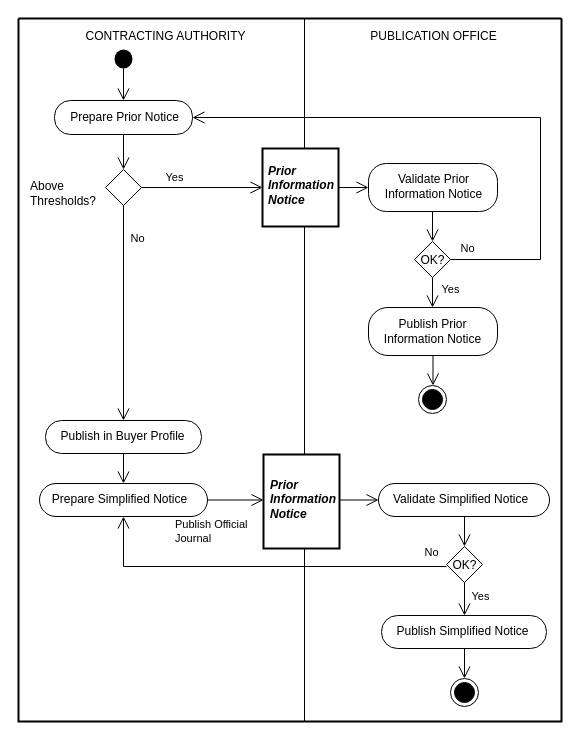
Earlier version of the draw.io diagram diagrams/UBL-2.2-Tender-ContractInfoPrep/UBL-2.2-Tender-ContractInfoPrep.drawio (kduvekot/ubl-work-on-svg-images). Source tidied: cells renumbered, new cells numbered last; positions are measured from the earlier drawing's top-left corner, leaving out a move shared by most shapes. Both pictures are drawn from the tidied source at 100%, with x=0, y=0 at pixel (18, 18).
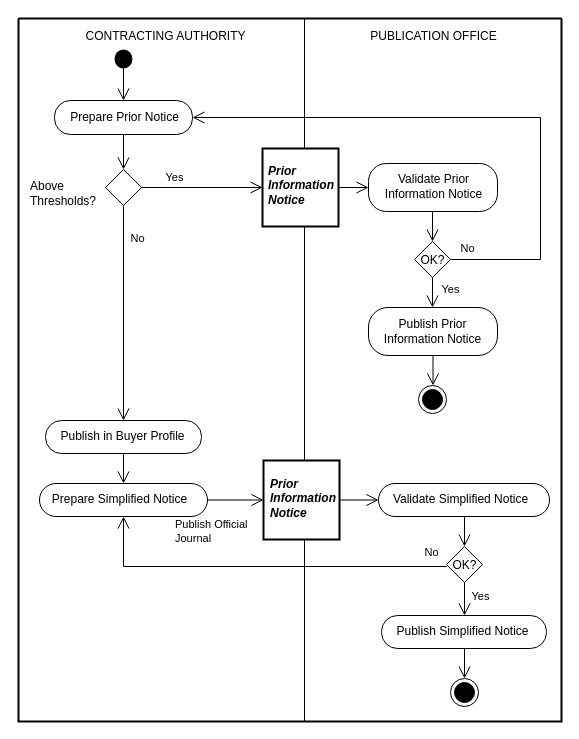
Above is the later version.

The change refers to these unchanged cells:
```xml
<mxCell id="2" style="swimlane;html=1;startSize=0;whiteSpace=wrap;fillColor=none;strokeWidth=2;" parent="1" vertex="1">
  <mxGeometry width="543" height="703" as="geometry" />
</mxCell>
<mxCell id="4" value="PUBLICATION OFFICE" style="swimlane;horizontal=1;startSize=35;swimlaneLine=0;html=1;fillColor=none;fontStyle=0;spacing=0;" parent="2" vertex="1">
  <mxGeometry x="286" width="257" height="703" as="geometry" />
</mxCell>
<mxCell id="15" value="Validate Simplified Notice" style="rounded=1;absoluteArcSize=1;arcSize=33;html=1;whiteSpace=nowrap;fontStyle=0;align=center;verticalAlign=middle;spacing=0;spacingRight=7;spacingBottom=1;" parent="4" vertex="1">
  <mxGeometry x="74" y="465" width="171" height="33" as="geometry" />
</mxCell>
<mxCell id="16" value="Prepare Simplified Notice" style="rounded=1;absoluteArcSize=1;arcSize=33;html=1;whiteSpace=nowrap;fontStyle=0;align=center;verticalAlign=middle;spacing=0;spacingRight=8;spacingBottom=1;" parent="3" vertex="1">
  <mxGeometry x="21" y="465" width="168" height="33" as="geometry" />
</mxCell>
```

What changed in the source:
```diff
@@
     <mxCell id="14" value="Prior&lt;br&gt;Information&lt;br&gt;Notice" style="rounded=0;html=1;whiteSpace=nowrap;fontStyle=3;align=left;verticalAlign=middle;spacing=0;spacingLeft=7;spacingBottom=4;strokeWidth=2;" parent="4" vertex="1">
-      <mxGeometry x="-41" y="436" width="76" height="94" as="geometry" />
+      <mxGeometry x="-41" y="442" width="76" height="79" as="geometry" />
     </mxCell>
@@
-    <mxCell id="30" style="edgeStyle=none;rounded=0;html=1;endArrow=open;endFill=0;endSize=10;exitX=1;exitY=0.484043;exitPerimeter=0;entryX=0;entryY=0.5;entryPerimeter=0;" parent="4" edge="1" source="14" target="15">
+    <mxCell id="30" style="edgeStyle=none;rounded=0;html=1;endArrow=open;endFill=0;endSize=10;exitX=1;exitY=0.5;exitPerimeter=0;entryX=0;entryY=0.5;entryPerimeter=0;" parent="4" edge="1" source="14" target="15">
       <mxGeometry relative="1" as="geometry" />
     </mxCell>
-    <mxCell id="31" value="Publish Official&lt;br&gt;Journal" style="edgeStyle=none;rounded=0;html=1;endArrow=open;endFill=0;endSize=10;exitX=1;exitY=0.5;exitPerimeter=0;entryX=0;entryY=0.484043;entryPerimeter=0;fontStyle=0;align=left;verticalAlign=middle;labelBackgroundColor=none;" parent="2" edge="1" source="16" target="14">
+    <mxCell id="31" value="Publish Official&lt;br&gt;Journal" style="edgeStyle=none;rounded=0;html=1;endArrow=open;endFill=0;endSize=10;exitX=1;exitY=0.5;exitPerimeter=0;entryX=0;entryY=0.5;entryPerimeter=0;fontStyle=0;align=left;verticalAlign=middle;labelBackgroundColor=none;" parent="2" edge="1" source="16" target="14">
       <mxGeometry x="-1" relative="1" as="geometry">
         <mxPoint x="-34" y="31" as="offset" />
       </mxGeometry>
     </mxCell>
```
